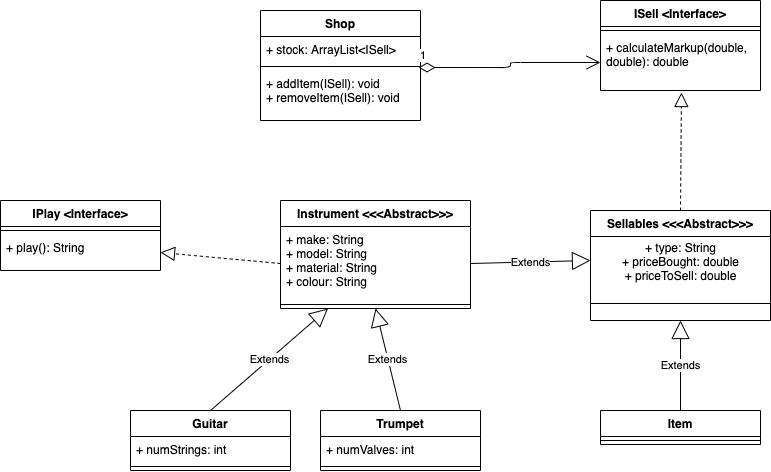
This is class_diagram_oops_music_shop.png from nahmed99/wk12_day5_oops_hw, a draw.io export, as it was before one commit. Source tidied: cells renumbered, new cells last; positions are measured from the earlier drawing's top-left corner, leaving out a move shared by most shapes. Source of this version:
```xml
<mxGraphModel>
  <root>
    <mxCell id="0" />
    <mxCell id="1" parent="0" />
    <mxCell id="2" value="IPlay &lt;Interface&gt;" style="swimlane;fontStyle=1;align=center;verticalAlign=top;horizontal=1;startSize=26;" parent="1" vertex="1">
      <mxGeometry y="200" width="160" height="70" as="geometry" />
    </mxCell>
    <mxCell id="3" style="line;strokeWidth=1;fillColor=none;align=left;verticalAlign=middle;spacingTop=-1;spacingLeft=3;spacingRight=3;labelPosition=right;" parent="2" vertex="1">
      <mxGeometry y="26" width="160" height="8" as="geometry" />
    </mxCell>
    <mxCell id="4" value="+ play(): String&#10;" style="text;strokeColor=none;fillColor=none;align=left;verticalAlign=top;spacingLeft=4;spacingRight=4;overflow=hidden;points=[[0,0.5],[1,0.5]];portConstraint=eastwest;" parent="2" vertex="1">
      <mxGeometry y="34" width="160" height="36" as="geometry" />
    </mxCell>
    <mxCell id="5" value="Guitar" style="swimlane;fontStyle=1;align=center;verticalAlign=top;horizontal=1;startSize=26;" parent="1" vertex="1">
      <mxGeometry x="130" y="410" width="160" height="60" as="geometry" />
    </mxCell>
    <mxCell id="6" value="+ numStrings: int" style="text;strokeColor=none;fillColor=none;align=left;verticalAlign=top;spacingLeft=4;spacingRight=4;overflow=hidden;" parent="5" vertex="1">
      <mxGeometry y="26" width="160" height="26" as="geometry" />
    </mxCell>
    <mxCell id="7" style="line;strokeWidth=1;fillColor=none;align=left;verticalAlign=middle;spacingTop=-1;spacingLeft=3;spacingRight=3;labelPosition=right;" parent="5" vertex="1">
      <mxGeometry y="52" width="160" height="8" as="geometry" />
    </mxCell>
    <mxCell id="8" value="Trumpet" style="swimlane;fontStyle=1;align=center;verticalAlign=top;horizontal=1;startSize=26;" parent="1" vertex="1">
      <mxGeometry x="320" y="410" width="160" height="60" as="geometry" />
    </mxCell>
    <mxCell id="9" value="+ numValves: int" style="text;strokeColor=none;fillColor=none;align=left;verticalAlign=top;spacingLeft=4;spacingRight=4;overflow=hidden;" parent="8" vertex="1">
      <mxGeometry y="26" width="160" height="26" as="geometry" />
    </mxCell>
    <mxCell id="10" style="line;strokeWidth=1;fillColor=none;align=left;verticalAlign=middle;spacingTop=-1;spacingLeft=3;spacingRight=3;labelPosition=right;" parent="8" vertex="1">
      <mxGeometry y="52" width="160" height="8" as="geometry" />
    </mxCell>
    <mxCell id="11" value="Instrument &lt;&lt;&lt;Abstract&gt;&gt;&gt;" style="swimlane;fontStyle=1;align=center;verticalAlign=top;horizontal=1;startSize=26;" parent="1" vertex="1">
      <mxGeometry x="280" y="200" width="190" height="108" as="geometry" />
    </mxCell>
    <mxCell id="12" value="+ make: String&#10;+ model: String&#10;+ material: String&#10;+ colour: String&#10;" style="text;strokeColor=none;fillColor=none;align=left;verticalAlign=top;spacingLeft=4;spacingRight=4;overflow=hidden;points=[[0,0.5],[1,0.5]];portConstraint=eastwest;" parent="11" vertex="1">
      <mxGeometry y="26" width="190" height="74" as="geometry" />
    </mxCell>
    <mxCell id="13" style="line;strokeWidth=1;fillColor=none;align=left;verticalAlign=middle;spacingTop=-1;spacingLeft=3;spacingRight=3;labelPosition=right;" parent="11" vertex="1">
      <mxGeometry y="100" width="190" height="8" as="geometry" />
    </mxCell>
    <mxCell id="14" value="ISell &lt;Interface&gt;" style="swimlane;fontStyle=1;align=center;verticalAlign=top;horizontal=1;startSize=26;" parent="1" vertex="1">
      <mxGeometry x="600" width="160" height="90" as="geometry" />
    </mxCell>
    <mxCell id="15" style="line;strokeWidth=1;fillColor=none;align=left;verticalAlign=middle;spacingTop=-1;spacingLeft=3;spacingRight=3;labelPosition=right;" parent="14" vertex="1">
      <mxGeometry y="26" width="160" height="8" as="geometry" />
    </mxCell>
    <mxCell id="16" value="+ calculateMarkup(double, &#10;double): double&#10;" style="text;strokeColor=none;fillColor=none;align=left;verticalAlign=top;spacingLeft=4;spacingRight=4;overflow=hidden;points=[[0,0.5],[1,0.5]];portConstraint=eastwest;" parent="14" vertex="1">
      <mxGeometry y="34" width="160" height="56" as="geometry" />
    </mxCell>
    <mxCell id="17" value="Extends" style="endArrow=block;endSize=16;endFill=0;html=1;entryX=0.5;entryY=1;entryDx=0;entryDy=0;exitX=0.5;exitY=0;exitDx=0;exitDy=0;" parent="1" edge="1" source="8" target="11">
      <mxGeometry relative="1" as="geometry" />
    </mxCell>
    <mxCell id="18" value="Extends" style="endArrow=block;endSize=16;endFill=0;html=1;exitX=0.5;exitY=0;exitDx=0;exitDy=0;entryX=0.25;entryY=1;entryDx=0;entryDy=0;" parent="1" edge="1" source="5" target="11">
      <mxGeometry relative="1" as="geometry" />
    </mxCell>
    <mxCell id="19" style="endArrow=block;dashed=1;endFill=0;endSize=12;html=1;exitX=0.5;exitY=0;exitDx=0;exitDy=0;entryX=0.506;entryY=1.036;entryDx=0;entryDy=0;entryPerimeter=0;" parent="1" edge="1" source="20" target="16">
      <mxGeometry relative="1" as="geometry" />
    </mxCell>
    <mxCell id="20" value="Sellables &lt;&lt;&lt;Abstract&gt;&gt;&gt;" style="swimlane;fontStyle=1;align=center;verticalAlign=top;horizontal=1;startSize=26;" parent="1" vertex="1">
      <mxGeometry x="590" y="210" width="180" height="110" as="geometry" />
    </mxCell>
    <mxCell id="21" value="&lt;span style=&quot;text-align: left&quot;&gt;+ type: String&lt;/span&gt;&lt;br style=&quot;padding: 0px ; margin: 0px ; text-align: left&quot;&gt;&lt;span style=&quot;text-align: left&quot;&gt;+ priceBought: double&lt;/span&gt;&lt;br style=&quot;padding: 0px ; margin: 0px ; text-align: left&quot;&gt;&lt;span style=&quot;text-align: left&quot;&gt;+ priceToSell: double&lt;/span&gt;" style="text;html=1;align=center;verticalAlign=middle;points=[];" parent="20" vertex="1">
      <mxGeometry y="26" width="180" height="50" as="geometry" />
    </mxCell>
    <mxCell id="22" style="line;strokeWidth=1;fillColor=none;align=left;verticalAlign=middle;spacingTop=-1;spacingLeft=3;spacingRight=3;labelPosition=right;" parent="20" vertex="1">
      <mxGeometry y="76" width="180" height="34" as="geometry" />
    </mxCell>
    <mxCell id="23" style="endArrow=block;dashed=1;endFill=0;endSize=12;html=1;entryX=1;entryY=0.5;entryDx=0;entryDy=0;exitX=0;exitY=0.5;exitDx=0;exitDy=0;" parent="1" edge="1" source="12" target="4">
      <mxGeometry relative="1" as="geometry" />
    </mxCell>
    <mxCell id="24" value="Extends" style="endArrow=block;endSize=16;endFill=0;html=1;entryX=0;entryY=0.48;entryDx=0;entryDy=0;exitX=1;exitY=0.5;exitDx=0;exitDy=0;entryPerimeter=0;" parent="1" edge="1" source="12" target="21">
      <mxGeometry relative="1" as="geometry" />
    </mxCell>
    <mxCell id="25" value="Item" style="swimlane;fontStyle=1;align=center;verticalAlign=top;horizontal=1;startSize=26;" parent="1" vertex="1">
      <mxGeometry x="600" y="410" width="160" height="34" as="geometry" />
    </mxCell>
    <mxCell id="26" style="line;strokeWidth=1;fillColor=none;align=left;verticalAlign=middle;spacingTop=-1;spacingLeft=3;spacingRight=3;labelPosition=right;" parent="25" vertex="1">
      <mxGeometry y="26" width="160" height="8" as="geometry" />
    </mxCell>
    <mxCell id="27" value="Extends" style="endArrow=block;endSize=16;endFill=0;html=1;entryX=0.5;entryY=1;entryDx=0;entryDy=0;exitX=0.5;exitY=0;exitDx=0;exitDy=0;" parent="1" edge="1" source="25" target="20">
      <mxGeometry relative="1" as="geometry" />
    </mxCell>
    <mxCell id="28" value="Shop" style="swimlane;fontStyle=1;align=center;verticalAlign=top;horizontal=1;startSize=26;" parent="1" vertex="1">
      <mxGeometry x="260" y="10" width="160" height="110" as="geometry" />
    </mxCell>
    <mxCell id="29" value="+ stock: ArrayList&lt;ISell&gt;" style="text;strokeColor=none;fillColor=none;align=left;verticalAlign=top;spacingLeft=4;spacingRight=4;overflow=hidden;" parent="28" vertex="1">
      <mxGeometry y="26" width="160" height="26" as="geometry" />
    </mxCell>
    <mxCell id="30" style="line;strokeWidth=1;fillColor=none;align=left;verticalAlign=middle;spacingTop=-1;spacingLeft=3;spacingRight=3;labelPosition=right;" parent="28" vertex="1">
      <mxGeometry y="52" width="160" height="8" as="geometry" />
    </mxCell>
    <mxCell id="31" value="+ addItem(ISell): void&#10;+ removeItem(ISell): void" style="text;strokeColor=none;fillColor=none;align=left;verticalAlign=top;spacingLeft=4;spacingRight=4;overflow=hidden;points=[[0,0.5],[1,0.5]];portConstraint=eastwest;" parent="28" vertex="1">
      <mxGeometry y="60" width="160" height="50" as="geometry" />
    </mxCell>
    <mxCell id="32" value="1" style="endArrow=open;html=1;endSize=12;startArrow=diamondThin;startSize=14;startFill=0;edgeStyle=orthogonalEdgeStyle;align=left;verticalAlign=bottom;exitX=0.988;exitY=-0.06;exitDx=0;exitDy=0;exitPerimeter=0;" parent="1" edge="1" source="31" target="16">
      <mxGeometry x="-1" y="3" relative="1" as="geometry" />
    </mxCell>
  </root>
</mxGraphModel>
```
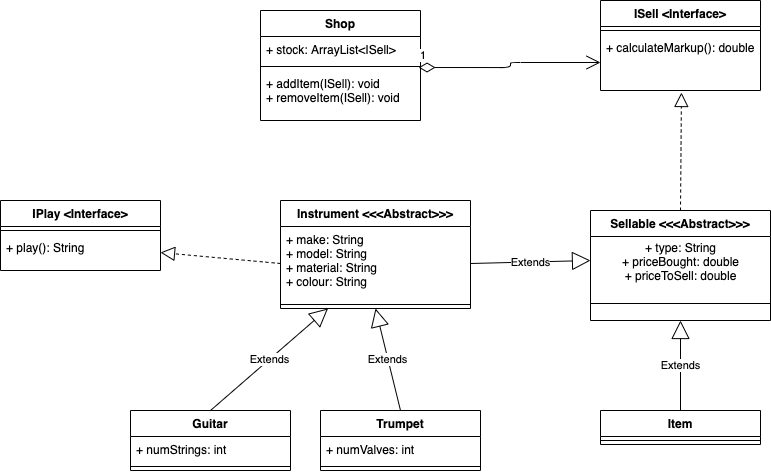
The same diagram one commit later.

Commit message:
Some refactoring done; changed class diagram and code

The edit, as a diff of the source:
```diff
@@ -44,7 +44,7 @@
     <mxCell id="15" style="line;strokeWidth=1;fillColor=none;align=left;verticalAlign=middle;spacingTop=-1;spacingLeft=3;spacingRight=3;labelPosition=right;" parent="14" vertex="1">
       <mxGeometry y="26" width="160" height="8" as="geometry" />
     </mxCell>
-    <mxCell id="16" value="+ calculateMarkup(double, &#10;double): double&#10;" style="text;strokeColor=none;fillColor=none;align=left;verticalAlign=top;spacingLeft=4;spacingRight=4;overflow=hidden;points=[[0,0.5],[1,0.5]];portConstraint=eastwest;" parent="14" vertex="1">
+    <mxCell id="16" value="+ calculateMarkup(): double&#10;" style="text;strokeColor=none;fillColor=none;align=left;verticalAlign=top;spacingLeft=4;spacingRight=4;overflow=hidden;points=[[0,0.5],[1,0.5]];portConstraint=eastwest;" parent="14" vertex="1">
       <mxGeometry y="34" width="160" height="56" as="geometry" />
     </mxCell>
     <mxCell id="17" value="Extends" style="endArrow=block;endSize=16;endFill=0;html=1;entryX=0.5;entryY=1;entryDx=0;entryDy=0;exitX=0.5;exitY=0;exitDx=0;exitDy=0;" parent="1" edge="1" source="8" target="11">
@@ -56,7 +56,7 @@
     <mxCell id="19" style="endArrow=block;dashed=1;endFill=0;endSize=12;html=1;exitX=0.5;exitY=0;exitDx=0;exitDy=0;entryX=0.506;entryY=1.036;entryDx=0;entryDy=0;entryPerimeter=0;" parent="1" edge="1" source="20" target="16">
       <mxGeometry relative="1" as="geometry" />
     </mxCell>
-    <mxCell id="20" value="Sellables &lt;&lt;&lt;Abstract&gt;&gt;&gt;" style="swimlane;fontStyle=1;align=center;verticalAlign=top;horizontal=1;startSize=26;" parent="1" vertex="1">
+    <mxCell id="20" value="Sellable &lt;&lt;&lt;Abstract&gt;&gt;&gt;" style="swimlane;fontStyle=1;align=center;verticalAlign=top;horizontal=1;startSize=26;" parent="1" vertex="1">
       <mxGeometry x="590" y="210" width="180" height="110" as="geometry" />
     </mxCell>
     <mxCell id="21" value="&lt;span style=&quot;text-align: left&quot;&gt;+ type: String&lt;/span&gt;&lt;br style=&quot;padding: 0px ; margin: 0px ; text-align: left&quot;&gt;&lt;span style=&quot;text-align: left&quot;&gt;+ priceBought: double&lt;/span&gt;&lt;br style=&quot;padding: 0px ; margin: 0px ; text-align: left&quot;&gt;&lt;span style=&quot;text-align: left&quot;&gt;+ priceToSell: double&lt;/span&gt;" style="text;html=1;align=center;verticalAlign=middle;points=[];" parent="20" vertex="1">
```
